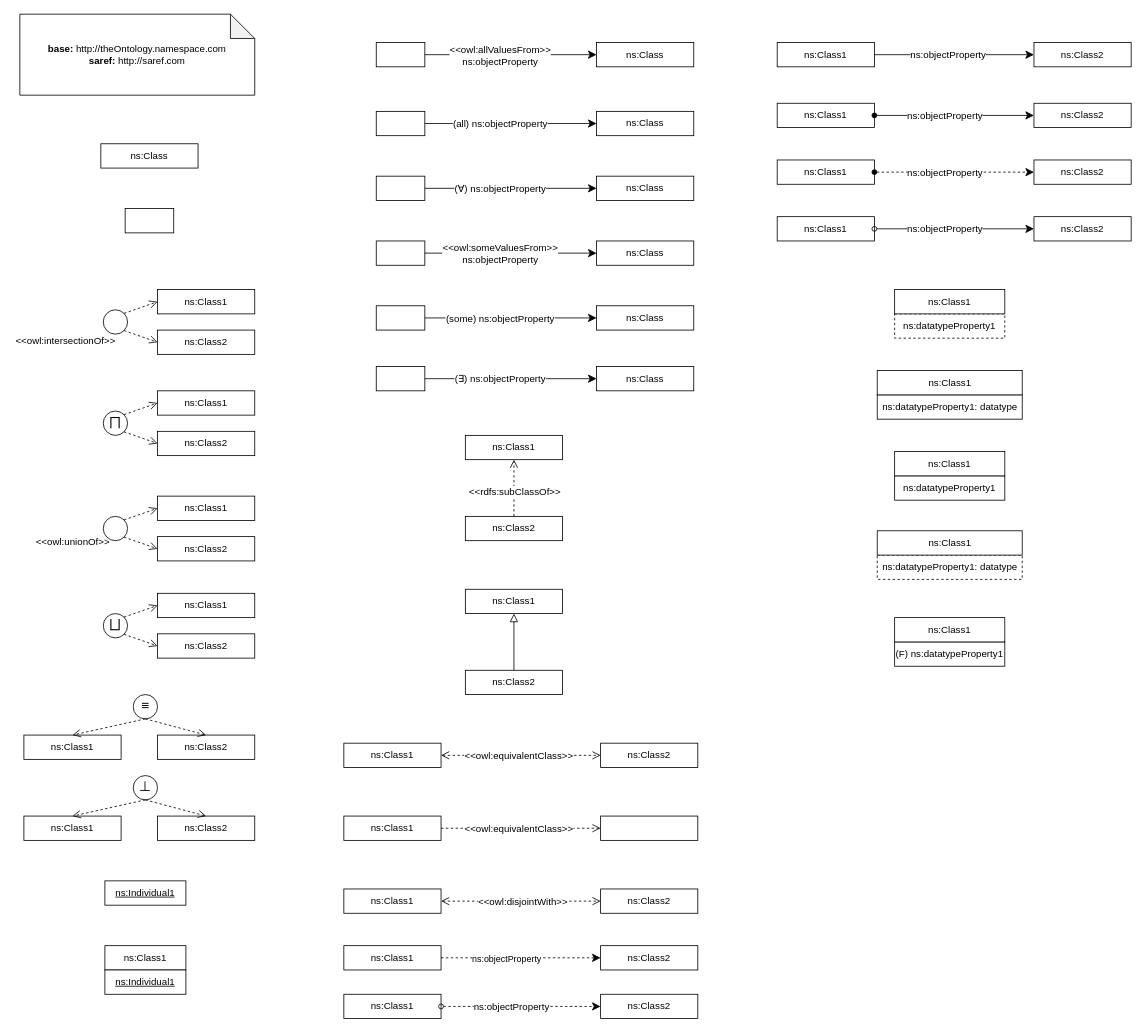
Above: data/unit_tests.drawio in oeg-upm/Chowlk (draw.io), before the change. Source tidied: cells renumbered, new cells numbered last; positions are measured from the earlier drawing's top-left corner, leaving out a move shared by most shapes. Both pictures are drawn from the tidied source at 81%, with x=0, y=0 at pixel (14, 14).
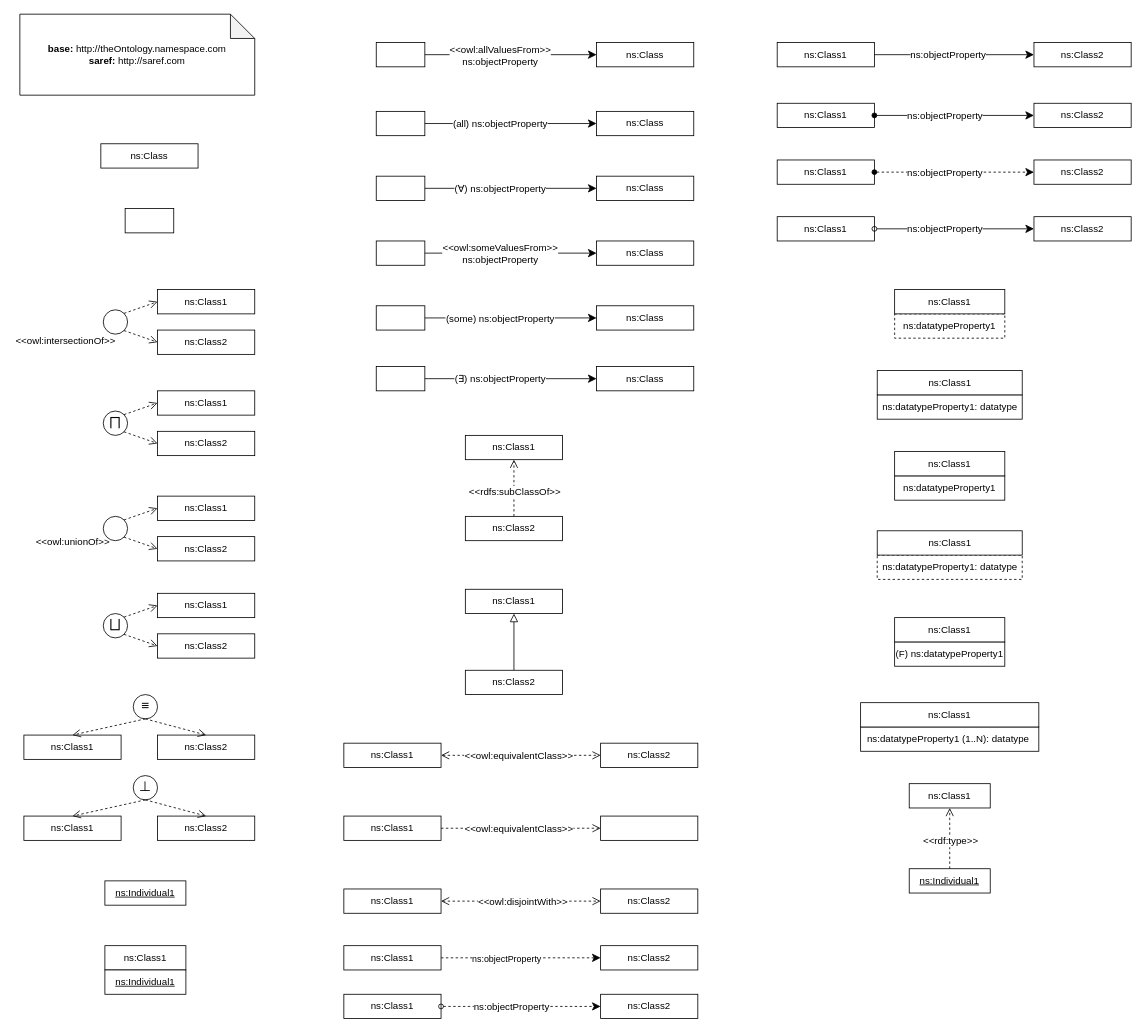
The same diagram, later.

Change to the diagram source:
```diff
@@
+    <mxCell id="117" value="ns:datatypeProperty1 (1..N): datatype&amp;nbsp; " style="rounded=0;whiteSpace=wrap;html=1;" parent="1" vertex="1">
+      <mxGeometry x="1045" y="880" width="220" height="30" as="geometry" />
+    </mxCell>
+    <mxCell id="118" value="ns:Class1" style="rounded=0;whiteSpace=wrap;html=1;" parent="1" vertex="1">
+      <mxGeometry x="1045" y="850" width="220" height="30" as="geometry" />
+    </mxCell>
+    <mxCell id="119" style="endArrow=open;html=1;fontColor=#000099;endFill=0;dashed=1;entryX=0.5;entryY=1;entryDx=0;entryDy=0;endSize=8;exitX=0.5;exitY=0;exitDx=0;exitDy=0;" parent="1" edge="1" source="122" target="121">
+      <mxGeometry relative="1" as="geometry" />
+    </mxCell>
+    <mxCell id="120" value="&amp;lt;&amp;lt;rdf:type&amp;gt;&amp;gt;" style="text;html=1;align=center;verticalAlign=middle;fontColor=#000000;labelBackgroundColor=#ffffff;" parent="119" vertex="1">
+      <mxGeometry x="-0.33" relative="1" as="geometry">
+        <mxPoint y="-9.8" as="offset" />
+      </mxGeometry>
+    </mxCell>
+    <mxCell id="121" value="ns:Class1" style="rounded=0;whiteSpace=wrap;html=1;snapToPoint=1;points=[[0.1,0],[0.2,0],[0.3,0],[0.4,0],[0.5,0],[0.6,0],[0.7,0],[0.8,0],[0.9,0],[0,0.1],[0,0.3],[0,0.5],[0,0.7],[0,0.9],[0.1,1],[0.2,1],[0.3,1],[0.4,1],[0.5,1],[0.6,1],[0.7,1],[0.8,1],[0.9,1],[1,0.1],[1,0.3],[1,0.5],[1,0.7],[1,0.9]];" parent="1" vertex="1">
+      <mxGeometry x="1105" y="950" width="100" height="30" as="geometry" />
+    </mxCell>
+    <mxCell id="122" value="&lt;u&gt;ns:Individual1&lt;/u&gt;" style="rounded=0;whiteSpace=wrap;html=1;snapToPoint=1;points=[[0.1,0],[0.2,0],[0.3,0],[0.4,0],[0.5,0],[0.6,0],[0.7,0],[0.8,0],[0.9,0],[0,0.1],[0,0.3],[0,0.5],[0,0.7],[0,0.9],[0.1,1],[0.2,1],[0.3,1],[0.4,1],[0.5,1],[0.6,1],[0.7,1],[0.8,1],[0.9,1],[1,0.1],[1,0.3],[1,0.5],[1,0.7],[1,0.9]];" parent="1" vertex="1">
+      <mxGeometry x="1105" y="1055" width="100" height="30" as="geometry" />
+    </mxCell>
```
